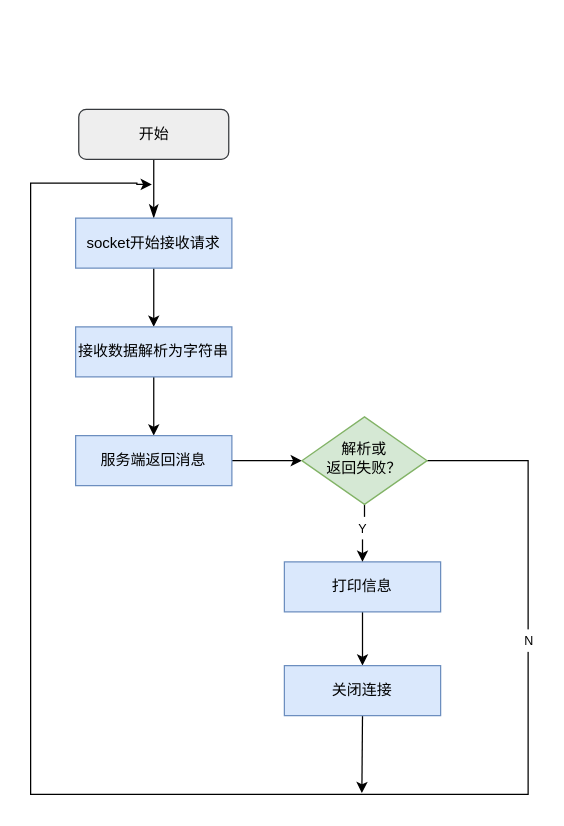
Above: 服务端通信收发数据.drawio in KAZAMA-DREAM/picture (draw.io), before the change. Source tidied: cells renumbered, new cells numbered last; positions are measured from the earlier drawing's top-left corner, leaving out a move shared by most shapes. Both pictures are drawn from the tidied source at 125%, with x=0, y=0 at pixel (30, 109).
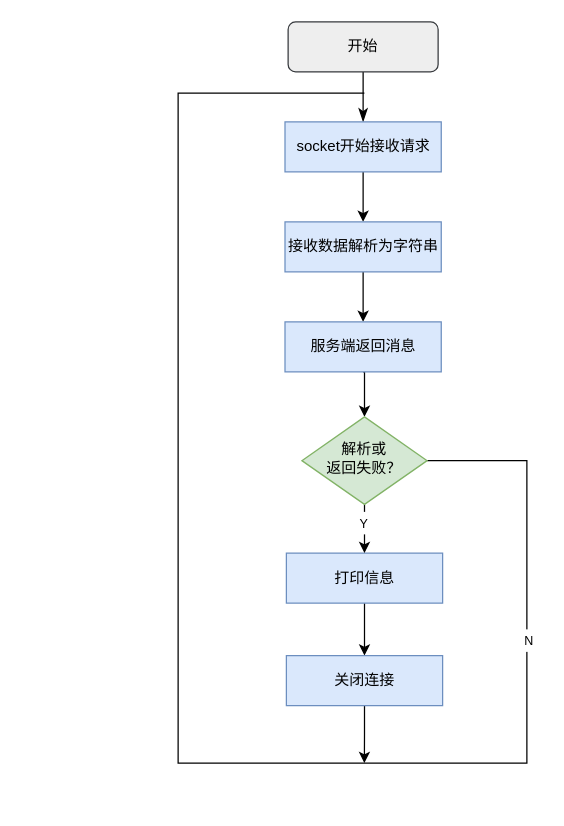
The same page after the edit.

Commit message:
更新服务端通信收发数据.drawio

Unchanged cells that the change refers to:
```xml
<mxCell id="14" value="解析或&lt;br&gt;返回失败？" style="rhombus;whiteSpace=wrap;html=1;shadow=0;fontFamily=Helvetica;fontSize=12;align=center;strokeWidth=1;spacing=6;spacingTop=-4;fillColor=#d5e8d4;strokeColor=#82b366;" parent="1" vertex="1">
  <mxGeometry x="217" y="246" width="100.2" height="70" as="geometry" />
</mxCell>
```

The edit, as a diff of the source:
```diff
@@
     <mxCell id="3" value="开始" style="rounded=1;whiteSpace=wrap;html=1;fontSize=12;glass=0;strokeWidth=1;shadow=0;fillColor=#eeeeee;strokeColor=#36393d;" parent="1" vertex="1">
-      <mxGeometry x="38.5" width="120" height="40" as="geometry" />
+      <mxGeometry x="206" y="-70" width="120" height="40" as="geometry" />
     </mxCell>
@@
     <mxCell id="5" value="socket开始接收请求" style="rounded=0;whiteSpace=wrap;html=1;fillColor=#dae8fc;strokeColor=#6c8ebf;" parent="1" vertex="1">
-      <mxGeometry x="36" y="87" width="125" height="40" as="geometry" />
+      <mxGeometry x="203.5" y="10" width="125" height="40" as="geometry" />
     </mxCell>
-    <mxCell id="6" style="edgeStyle=orthogonalEdgeStyle;rounded=0;jettySize=auto;html=1;exitX=1;exitY=0.5;exitDx=0;exitDy=0;entryX=0;entryY=0.5;entryDx=0;entryDy=0;" parent="1" edge="1" source="16" target="14">
+    <mxCell id="6" style="edgeStyle=orthogonalEdgeStyle;rounded=0;jettySize=auto;html=1;exitX=0.5;exitY=1;exitDx=0;exitDy=0;entryX=0.5;entryY=0;entryDx=0;entryDy=0;" parent="1" edge="1" source="16" target="14">
       <mxGeometry relative="1" as="geometry" />
     </mxCell>
@@
     <mxCell id="8" value="接收数据解析为字符串" style="rounded=0;whiteSpace=wrap;html=1;fillColor=#dae8fc;strokeColor=#6c8ebf;" parent="1" vertex="1">
-      <mxGeometry x="36" y="174" width="125" height="40" as="geometry" />
+      <mxGeometry x="203.5" y="90" width="125" height="40" as="geometry" />
     </mxCell>
@@
     <mxCell id="10" value="打印信息" style="rounded=0;whiteSpace=wrap;html=1;fillColor=#dae8fc;strokeColor=#6c8ebf;" parent="1" vertex="1">
-      <mxGeometry x="203" y="362" width="125" height="40" as="geometry" />
+      <mxGeometry x="204.6" y="355" width="125" height="40" as="geometry" />
     </mxCell>
-    <mxCell id="11" style="edgeStyle=orthogonalEdgeStyle;rounded=0;jettySize=auto;html=1;exitX=1;exitY=0.5;exitDx=0;exitDy=0;" parent="1" edge="1" source="14">
+    <mxCell id="11" style="edgeStyle=orthogonalEdgeStyle;rounded=0;jettySize=auto;html=1;exitX=1;exitY=0.5;exitDx=0;exitDy=0;endArrow=none;endFill=0;" parent="1" edge="1" source="14">
       <mxGeometry relative="1" as="geometry">
-        <mxPoint x="97" y="60" as="targetPoint" />
+        <mxPoint x="267" y="-13" as="targetPoint" />
         <Array as="points">
-          <mxPoint x="398" y="281" />
-          <mxPoint x="398" y="548" />
-          <mxPoint y="548" />
-          <mxPoint y="59" />
-          <mxPoint x="85" y="59" />
+          <mxPoint x="397" y="281" />
+          <mxPoint x="397" y="523" />
+          <mxPoint x="118" y="523" />
+          <mxPoint x="118" y="-13" />
         </Array>
       </mxGeometry>
     </mxCell>
@@
     <mxCell id="15" value="&lt;font style=&quot;font-size: 10px;&quot;&gt;Y&lt;/font&gt;" style="text;html=1;strokeColor=none;fillColor=default;align=center;verticalAlign=middle;whiteSpace=wrap;rounded=0;" parent="1" vertex="1">
-      <mxGeometry x="256" y="326" width="20" height="18" as="geometry" />
+      <mxGeometry x="257" y="322" width="20" height="18" as="geometry" />
     </mxCell>
     <mxCell id="16" value="服务端返回消息" style="rounded=0;whiteSpace=wrap;html=1;fillColor=#dae8fc;strokeColor=#6c8ebf;" parent="1" vertex="1">
-      <mxGeometry x="36" y="261" width="125" height="40" as="geometry" />
+      <mxGeometry x="203.5" y="170" width="125" height="40" as="geometry" />
     </mxCell>
     <mxCell id="17" style="edgeStyle=orthogonalEdgeStyle;rounded=0;jettySize=auto;html=1;exitX=0.5;exitY=1;exitDx=0;exitDy=0;" parent="1" edge="1" source="18">
       <mxGeometry relative="1" as="geometry">
-        <mxPoint x="265" y="547" as="targetPoint" />
+        <mxPoint x="267" y="523" as="targetPoint" />
       </mxGeometry>
     </mxCell>
     <mxCell id="18" value="关闭连接" style="rounded=0;whiteSpace=wrap;html=1;fillColor=#dae8fc;strokeColor=#6c8ebf;" parent="1" vertex="1">
-      <mxGeometry x="203" y="445" width="125" height="40" as="geometry" />
+      <mxGeometry x="204.6" y="437" width="125" height="40" as="geometry" />
     </mxCell>
```
